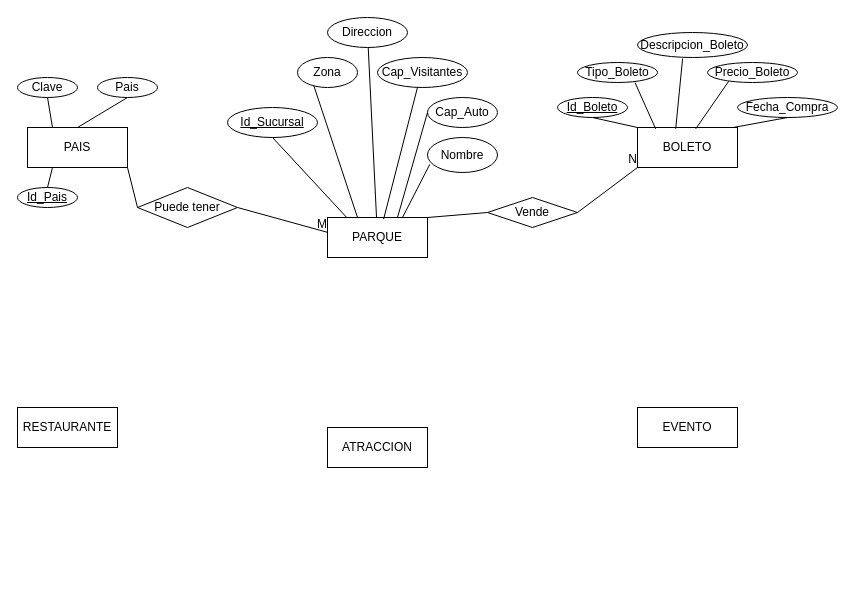
Above: Untitled Diagram.drawio in IsraMejia/DiagramasEntidadRelacion (draw.io), before the change. Source tidied: cells renumbered, new cells numbered last; positions are measured from the earlier drawing's top-left corner, leaving out a move shared by most shapes. Both pictures are drawn from the tidied source at 100%, with x=0, y=0 at pixel (17, 17).
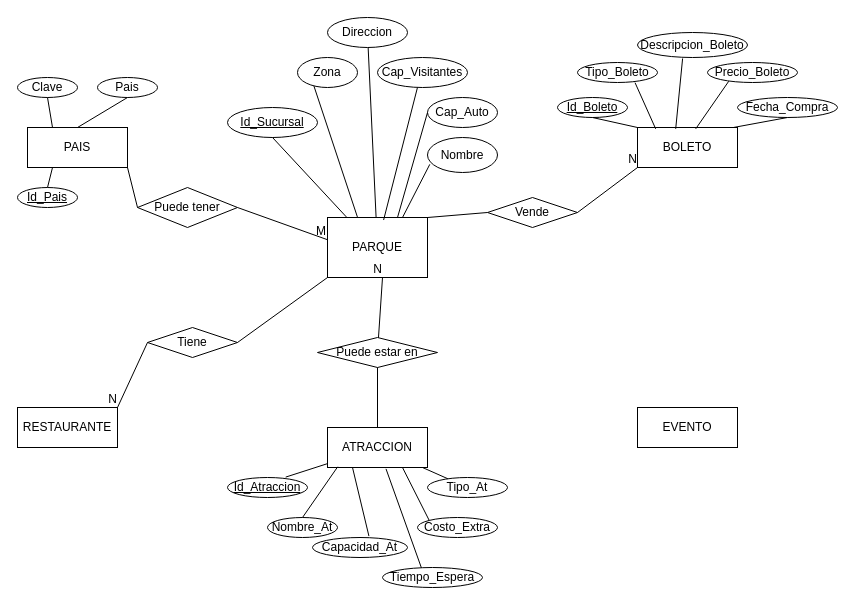
Above is the later version.

Unchanged cells that the change refers to:
```xml
<mxCell id="5" value="RESTAURANTE" style="whiteSpace=wrap;html=1;align=center;" parent="1" vertex="1">
  <mxGeometry y="390" width="100" height="40" as="geometry" />
</mxCell>
<mxCell id="43" value="ATRACCION" style="whiteSpace=wrap;html=1;align=center;" parent="1" vertex="1">
  <mxGeometry x="310" y="410" width="100" height="40" as="geometry" />
</mxCell>
```

Change to the diagram source:
```diff
@@
     <mxCell id="2" value="PARQUE" style="whiteSpace=wrap;html=1;align=center;" parent="1" vertex="1">
-      <mxGeometry x="310" y="200" width="100" height="40" as="geometry" />
+      <mxGeometry x="310" y="200" width="100" height="60" as="geometry" />
     </mxCell>
@@
+    <mxCell id="44" value="Id_Atraccion" style="ellipse;whiteSpace=wrap;html=1;align=center;fontStyle=4;" parent="1" vertex="1">
+      <mxGeometry x="210" y="460" width="80" height="20" as="geometry" />
+    </mxCell>
+    <mxCell id="45" value="Nombre_At" style="ellipse;whiteSpace=wrap;html=1;align=center;" parent="1" vertex="1">
+      <mxGeometry x="250" y="500" width="70" height="20" as="geometry" />
+    </mxCell>
+    <mxCell id="46" value="Capacidad_At" style="ellipse;whiteSpace=wrap;html=1;align=center;" parent="1" vertex="1">
+      <mxGeometry x="295" y="520" width="95" height="20" as="geometry" />
+    </mxCell>
+    <mxCell id="47" value="Tiempo_Espera" style="ellipse;whiteSpace=wrap;html=1;align=center;" parent="1" vertex="1">
+      <mxGeometry x="365" y="550" width="100" height="20" as="geometry" />
+    </mxCell>
+    <mxCell id="48" value="Costo_Extra" style="ellipse;whiteSpace=wrap;html=1;align=center;" parent="1" vertex="1">
+      <mxGeometry x="400" y="500" width="80" height="20" as="geometry" />
+    </mxCell>
+    <mxCell id="49" value="Tipo_At" style="ellipse;whiteSpace=wrap;html=1;align=center;" parent="1" vertex="1">
+      <mxGeometry x="410" y="460" width="80" height="20" as="geometry" />
+    </mxCell>
+    <mxCell id="50" style="endArrow=none;html=1;rounded=0;entryX=0.727;entryY=-0.019;entryDx=0;entryDy=0;entryPerimeter=0;" parent="1" edge="1" source="43" target="44">
+      <mxGeometry relative="1" as="geometry" />
+    </mxCell>
+    <mxCell id="51" style="endArrow=none;html=1;rounded=0;entryX=0.5;entryY=0;entryDx=0;entryDy=0;exitX=0.102;exitY=0.982;exitDx=0;exitDy=0;exitPerimeter=0;" parent="1" edge="1" source="43" target="45">
+      <mxGeometry relative="1" as="geometry" />
+    </mxCell>
+    <mxCell id="52" style="endArrow=none;html=1;rounded=0;entryX=0.594;entryY=-0.071;entryDx=0;entryDy=0;exitX=0.25;exitY=1;exitDx=0;exitDy=0;entryPerimeter=0;" parent="1" edge="1" source="43" target="46">
+      <mxGeometry relative="1" as="geometry" />
+    </mxCell>
+    <mxCell id="53" style="endArrow=none;html=1;rounded=0;entryX=0.389;entryY=0.016;entryDx=0;entryDy=0;exitX=0.585;exitY=1.034;exitDx=0;exitDy=0;entryPerimeter=0;exitPerimeter=0;" parent="1" edge="1" source="43" target="47">
+      <mxGeometry relative="1" as="geometry" />
+    </mxCell>
+    <mxCell id="54" style="endArrow=none;html=1;rounded=0;entryX=0;entryY=0;entryDx=0;entryDy=0;exitX=0.75;exitY=1;exitDx=0;exitDy=0;" parent="1" edge="1" source="43" target="48">
+      <mxGeometry relative="1" as="geometry" />
+    </mxCell>
+    <mxCell id="55" style="endArrow=none;html=1;rounded=0;" parent="1" edge="1" source="43" target="49">
+      <mxGeometry relative="1" as="geometry" />
+    </mxCell>
+    <mxCell id="56" value="Puede estar en" style="shape=rhombus;perimeter=rhombusPerimeter;whiteSpace=wrap;html=1;align=center;" parent="1" vertex="1">
+      <mxGeometry x="300" y="320" width="120" height="30" as="geometry" />
+    </mxCell>
+    <mxCell id="57" style="endArrow=none;html=1;rounded=0;exitX=0.5;exitY=1;exitDx=0;exitDy=0;entryX=0.5;entryY=0;entryDx=0;entryDy=0;" parent="1" edge="1" source="56" target="43">
+      <mxGeometry relative="1" as="geometry" />
+    </mxCell>
+    <mxCell id="58" style="endArrow=none;html=1;rounded=0;" parent="1" edge="1" source="56">
+      <mxGeometry relative="1" as="geometry">
+        <mxPoint x="365" y="260" as="targetPoint" />
+      </mxGeometry>
+    </mxCell>
+    <mxCell id="59" value="N" style="html=1;align=right;verticalAlign=bottom;" parent="58" vertex="1">
+      <mxGeometry x="1" relative="1" as="geometry" />
+    </mxCell>
+    <mxCell id="60" value="Tiene" style="shape=rhombus;perimeter=rhombusPerimeter;whiteSpace=wrap;html=1;align=center;" parent="1" vertex="1">
+      <mxGeometry x="130" y="310" width="90" height="30" as="geometry" />
+    </mxCell>
+    <mxCell id="61" style="endArrow=none;html=1;rounded=0;entryX=1;entryY=0;entryDx=0;entryDy=0;exitX=0;exitY=0.5;exitDx=0;exitDy=0;" parent="1" edge="1" source="60" target="5">
+      <mxGeometry relative="1" as="geometry" />
+    </mxCell>
+    <mxCell id="62" value="N" style="html=1;align=right;verticalAlign=bottom;" parent="61" vertex="1">
+      <mxGeometry x="1" relative="1" as="geometry" />
+    </mxCell>
+    <mxCell id="63" style="endArrow=none;html=1;rounded=0;exitX=1;exitY=0.5;exitDx=0;exitDy=0;entryX=0;entryY=1;entryDx=0;entryDy=0;" parent="1" edge="1" source="60" target="2">
+      <mxGeometry relative="1" as="geometry" />
+    </mxCell>
```
